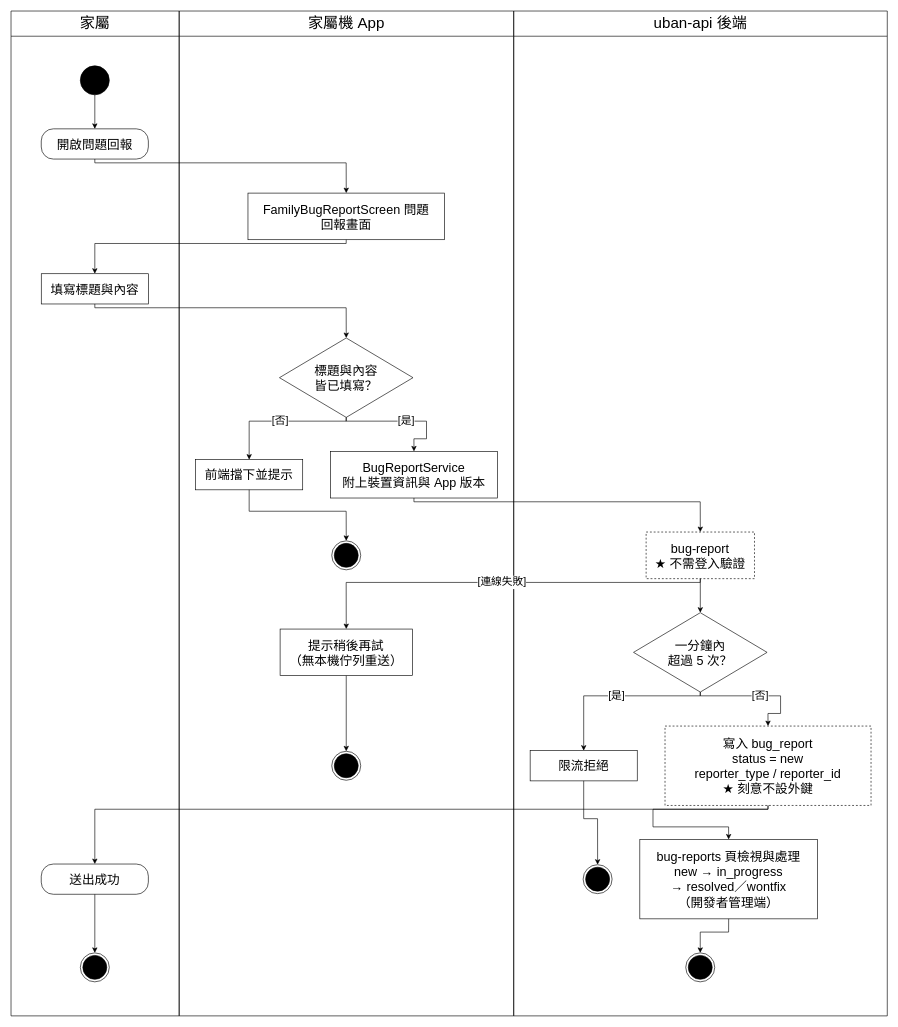
Above: Uban System Documents/drawio圖/A21-問題回報.drawio in HuangYu-Kai/Uban (draw.io), before the change. Source tidied: cells renumbered, new cells numbered last; positions are measured from the earlier drawing's top-left corner, leaving out a move shared by most shapes. Both pictures are drawn from the tidied source at 63%, with x=0, y=0 at pixel (11, 11).
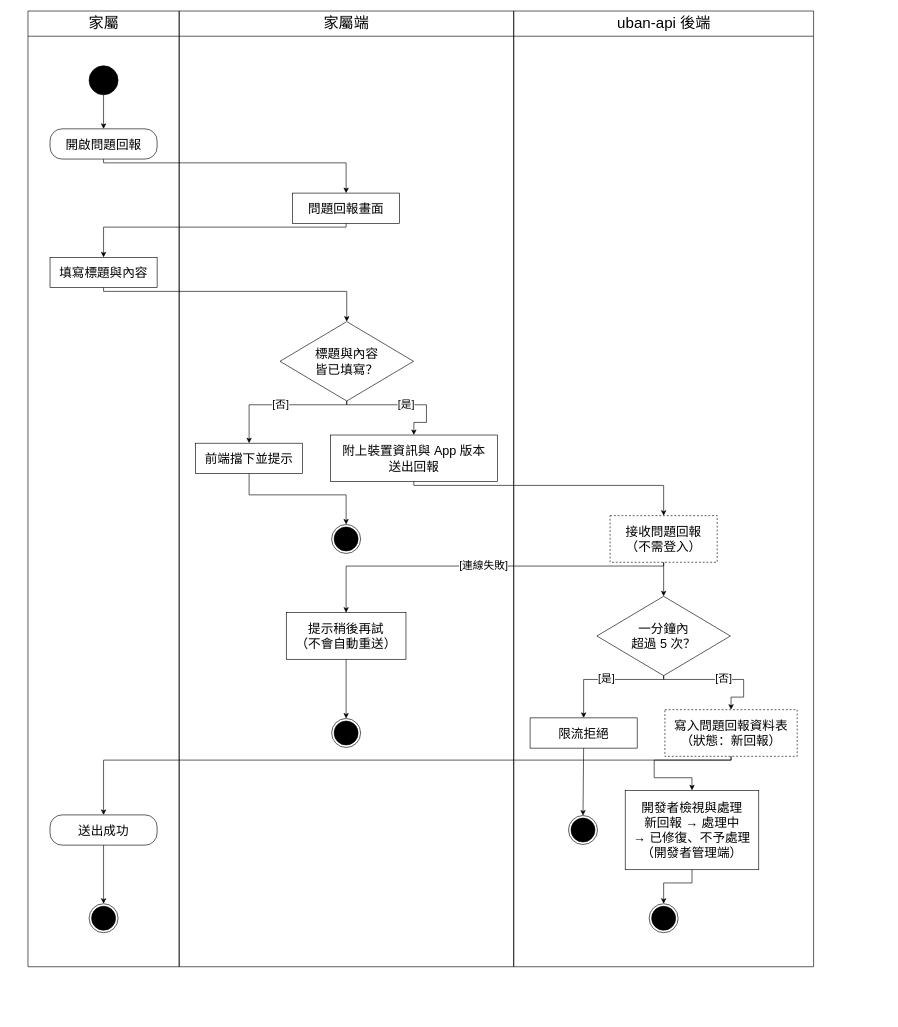
The same page after the edit.

What changed in the source:
```diff
@@
     <mxCell id="2" value="家屬" style="swimlane;html=1;horizontal=1;startSize=40;fillColor=none;strokeColor=#000000;fontSize=24;fontColor=#000000;fontStyle=0;swimlaneFillColor=none;" parent="1" vertex="1">
-      <mxGeometry width="266.9" height="1595" as="geometry" />
+      <mxGeometry x="26.9" width="240" height="1517" as="geometry" />
     </mxCell>
-    <mxCell id="3" value="家屬機 App" style="swimlane;html=1;horizontal=1;startSize=40;fillColor=none;strokeColor=#000000;fontSize=24;fontColor=#000000;fontStyle=0;swimlaneFillColor=none;" parent="1" vertex="1">
-      <mxGeometry x="266.9" width="531" height="1595" as="geometry" />
+    <mxCell id="3" value="家屬端" style="swimlane;html=1;horizontal=1;startSize=40;fillColor=none;strokeColor=#000000;fontSize=24;fontColor=#000000;fontStyle=0;swimlaneFillColor=none;" parent="1" vertex="1">
+      <mxGeometry x="266.9" width="531" height="1517" as="geometry" />
     </mxCell>
     <mxCell id="4" value="uban-api 後端" style="swimlane;html=1;horizontal=1;startSize=40;fillColor=none;strokeColor=#000000;fontSize=24;fontColor=#000000;fontStyle=0;swimlaneFillColor=none;" parent="1" vertex="1">
-      <mxGeometry x="797.9" width="593" height="1595" as="geometry" />
+      <mxGeometry x="797.9" width="476" height="1517" as="geometry" />
     </mxCell>
     <mxCell id="5" style="ellipse;html=1;fillColor=#000000;strokeColor=#000000;" parent="2" vertex="1">
-      <mxGeometry x="110" y="87" width="46" height="46" as="geometry" />
+      <mxGeometry x="97" y="87" width="46" height="46" as="geometry" />
     </mxCell>
     <mxCell id="6" value="開啟問題回報" style="rounded=1;arcSize=40;whiteSpace=wrap;html=1;fillColor=#FFFFFF;strokeColor=#000000;fontSize=20;fontColor=#000000;" parent="2" vertex="1">
-      <mxGeometry x="48" y="187" width="170" height="48" as="geometry" />
+      <mxGeometry x="35" y="187" width="170" height="48" as="geometry" />
     </mxCell>
     <mxCell id="7" value="填寫標題與內容" style="rounded=0;whiteSpace=wrap;html=1;fillColor=#FFFFFF;strokeColor=#000000;fontSize=20;fontColor=#000000;" parent="2" vertex="1">
-      <mxGeometry x="48" y="417" width="170" height="48" as="geometry" />
+      <mxGeometry x="35" y="391" width="170" height="48" as="geometry" />
     </mxCell>
     <mxCell id="8" value="送出成功" style="rounded=1;arcSize=40;whiteSpace=wrap;html=1;fillColor=#FFFFFF;strokeColor=#000000;fontSize=20;fontColor=#000000;" parent="2" vertex="1">
-      <mxGeometry x="48" y="1354" width="170" height="48" as="geometry" />
+      <mxGeometry x="35" y="1276" width="170" height="48" as="geometry" />
     </mxCell>
     <mxCell id="9" style="ellipse;html=1;shape=endState;fillColor=#000000;strokeColor=#000000;" parent="2" vertex="1">
-      <mxGeometry x="110" y="1495" width="46" height="46" as="geometry" />
+      <mxGeometry x="97" y="1417" width="46" height="46" as="geometry" />
     </mxCell>
-    <mxCell id="10" value="FamilyBugReportScreen 問題&lt;br&gt;回報畫面" style="rounded=0;whiteSpace=wrap;html=1;fillColor=#FFFFFF;strokeColor=#000000;fontSize=20;fontColor=#000000;" parent="3" vertex="1">
-      <mxGeometry x="109.2" y="289" width="312" height="74" as="geometry" />
+    <mxCell id="10" value="問題回報畫面" style="rounded=0;whiteSpace=wrap;html=1;fillColor=#FFFFFF;strokeColor=#000000;fontSize=20;fontColor=#000000;" parent="3" vertex="1">
+      <mxGeometry x="180" y="289" width="170" height="48" as="geometry" />
     </mxCell>
     <mxCell id="11" value="標題與內容&lt;br&gt;皆已填寫？" style="rhombus;whiteSpace=wrap;html=1;fillColor=#FFFFFF;strokeColor=#000000;fontSize=20;fontColor=#000000;" parent="3" vertex="1">
-      <mxGeometry x="159.2" y="519" width="212" height="126" as="geometry" />
+      <mxGeometry x="160" y="493" width="212" height="126" as="geometry" />
     </mxCell>
     <mxCell id="12" value="前端擋下並提示" style="rounded=0;whiteSpace=wrap;html=1;fillColor=#FFFFFF;strokeColor=#000000;fontSize=20;fontColor=#000000;" parent="3" vertex="1">
-      <mxGeometry x="26.1" y="712" width="170" height="48" as="geometry" />
+      <mxGeometry x="26" y="686" width="170" height="48" as="geometry" />
     </mxCell>
     <mxCell id="13" style="ellipse;html=1;shape=endState;fillColor=#000000;strokeColor=#000000;" parent="3" vertex="1">
-      <mxGeometry x="242.2" y="841" width="46" height="46" as="geometry" />
+      <mxGeometry x="242" y="815" width="46" height="46" as="geometry" />
     </mxCell>
-    <mxCell id="14" value="BugReportService&lt;br&gt;附上裝置資訊與 App 版本" style="rounded=0;whiteSpace=wrap;html=1;fillColor=#FFFFFF;strokeColor=#000000;fontSize=20;fontColor=#000000;" parent="3" vertex="1">
-      <mxGeometry x="240.2" y="699" width="265" height="74" as="geometry" />
+    <mxCell id="14" value="附上裝置資訊與 App 版本&lt;br&gt;送出回報" style="rounded=0;whiteSpace=wrap;html=1;fillColor=#FFFFFF;strokeColor=#000000;fontSize=20;fontColor=#000000;" parent="3" vertex="1">
+      <mxGeometry x="240" y="673" width="265" height="74" as="geometry" />
     </mxCell>
-    <mxCell id="15" value="提示稍後再試&lt;br&gt;（無本機佇列重送）" style="rounded=0;whiteSpace=wrap;html=1;fillColor=#FFFFFF;strokeColor=#000000;fontSize=20;fontColor=#000000;" parent="3" vertex="1">
-      <mxGeometry x="160.2" y="981" width="210" height="74" as="geometry" />
+    <mxCell id="15" value="提示稍後再試&lt;br&gt;（不會自動重送）" style="rounded=0;whiteSpace=wrap;html=1;fillColor=#FFFFFF;strokeColor=#000000;fontSize=20;fontColor=#000000;" parent="3" vertex="1">
+      <mxGeometry x="170" y="955" width="190" height="74" as="geometry" />
     </mxCell>
     <mxCell id="16" style="ellipse;html=1;shape=endState;fillColor=#000000;strokeColor=#000000;" parent="3" vertex="1">
-      <mxGeometry x="242.2" y="1175" width="46" height="46" as="geometry" />
+      <mxGeometry x="242" y="1123" width="46" height="46" as="geometry" />
     </mxCell>
-    <mxCell id="17" value="bug-report&lt;br&gt;★ 不需登入驗證" style="rounded=0;whiteSpace=wrap;html=1;fillColor=#FFFFFF;strokeColor=#000000;fontSize=20;fontColor=#000000;dashed=1;" parent="4" vertex="1">
-      <mxGeometry x="210.2" y="827" width="172" height="74" as="geometry" />
+    <mxCell id="17" value="接收問題回報&lt;br&gt;（不需登入）" style="rounded=0;whiteSpace=wrap;html=1;fillColor=#FFFFFF;strokeColor=#000000;fontSize=20;fontColor=#000000;dashed=1;" parent="4" vertex="1">
+      <mxGeometry x="153" y="801" width="170" height="74" as="geometry" />
     </mxCell>
     <mxCell id="18" value="一分鐘內&lt;br&gt;超過 5 次？" style="rhombus;whiteSpace=wrap;html=1;fillColor=#FFFFFF;strokeColor=#000000;fontSize=20;fontColor=#000000;" parent="4" vertex="1">
-      <mxGeometry x="190.2" y="955" width="212" height="126" as="geometry" />
+      <mxGeometry x="132" y="929" width="212" height="126" as="geometry" />
     </mxCell>
     <mxCell id="19" value="限流拒絕" style="rounded=0;whiteSpace=wrap;html=1;fillColor=#FFFFFF;strokeColor=#000000;fontSize=20;fontColor=#000000;" parent="4" vertex="1">
-      <mxGeometry x="26.1" y="1174" width="170" height="48" as="geometry" />
+      <mxGeometry x="26" y="1122" width="170" height="48" as="geometry" />
     </mxCell>
     <mxCell id="20" style="ellipse;html=1;shape=endState;fillColor=#000000;strokeColor=#000000;" parent="4" vertex="1">
-      <mxGeometry x="110.2" y="1355" width="46" height="46" as="geometry" />
+      <mxGeometry x="87" y="1277" width="46" height="46" as="geometry" />
     </mxCell>
-    <mxCell id="21" value="寫入 bug_report&lt;br&gt;status = new&lt;br&gt;reporter_type / reporter_id&lt;br&gt;★ 刻意不設外鍵" style="rounded=0;whiteSpace=wrap;html=1;fillColor=#FFFFFF;strokeColor=#000000;fontSize=20;fontColor=#000000;dashed=1;" parent="4" vertex="1">
-      <mxGeometry x="240.2" y="1135" width="327" height="126" as="geometry" />
+    <mxCell id="21" value="寫入問題回報資料表&lt;br&gt;（狀態：新回報）" style="rounded=0;whiteSpace=wrap;html=1;fillColor=#FFFFFF;strokeColor=#000000;fontSize=20;fontColor=#000000;dashed=1;" parent="4" vertex="1">
+      <mxGeometry x="240" y="1109" width="210" height="74" as="geometry" />
     </mxCell>
-    <mxCell id="22" value="bug-reports 頁檢視與處理&lt;br&gt;new → in_progress&lt;br&gt;→ resolved／wontfix&lt;br&gt;（開發者管理端）" style="rounded=0;whiteSpace=wrap;html=1;fillColor=#FFFFFF;strokeColor=#000000;fontSize=20;fontColor=#000000;" parent="4" vertex="1">
-      <mxGeometry x="200.2" y="1315" width="282" height="126" as="geometry" />
+    <mxCell id="22" value="開發者檢視與處理&lt;br&gt;新回報 → 處理中&lt;br&gt;→ 已修復、不予處理&lt;br&gt;（開發者管理端）" style="rounded=0;whiteSpace=wrap;html=1;fillColor=#FFFFFF;strokeColor=#000000;fontSize=20;fontColor=#000000;" parent="4" vertex="1">
+      <mxGeometry x="177" y="1237" width="212" height="126" as="geometry" />
     </mxCell>
     <mxCell id="23" style="ellipse;html=1;shape=endState;fillColor=#000000;strokeColor=#000000;" parent="4" vertex="1">
-      <mxGeometry x="273.1" y="1495" width="46" height="46" as="geometry" />
+      <mxGeometry x="215" y="1417" width="46" height="46" as="geometry" />
     </mxCell>
@@
     <mxCell id="25" style="edgeStyle=none;rounded=0;html=1;strokeColor=#000000;fontSize=17;fontColor=#000000;labelBackgroundColor=#FFFFFF;endArrow=classic;endFill=1;exitPerimeter=0;entryPerimeter=0;exitX=0.5;exitY=1;exitDx=0;exitDy=0;entryX=0.5;entryY=0;entryDx=0;entryDy=0;" parent="1" edge="1" source="6" target="10">
       <mxGeometry relative="1" as="geometry">
         <Array as="points">
-          <mxPoint x="133" y="241" />
-          <mxPoint x="532" y="241" />
+          <mxPoint x="146.9" y="241" />
+          <mxPoint x="531.9" y="241" />
         </Array>
       </mxGeometry>
     </mxCell>
     <mxCell id="26" style="edgeStyle=none;rounded=0;html=1;strokeColor=#000000;fontSize=17;fontColor=#000000;labelBackgroundColor=#FFFFFF;endArrow=classic;endFill=1;exitPerimeter=0;entryPerimeter=0;exitX=0.5;exitY=1;exitDx=0;exitDy=0;entryX=0.5;entryY=0;entryDx=0;entryDy=0;" parent="1" edge="1" source="10" target="7">
       <mxGeometry relative="1" as="geometry">
         <Array as="points">
-          <mxPoint x="532" y="369" />
-          <mxPoint x="133" y="369" />
+          <mxPoint x="531.9" y="343" />
+          <mxPoint x="146.9" y="343" />
         </Array>
       </mxGeometry>
     </mxCell>
     <mxCell id="27" style="edgeStyle=none;rounded=0;html=1;strokeColor=#000000;fontSize=17;fontColor=#000000;labelBackgroundColor=#FFFFFF;endArrow=classic;endFill=1;exitPerimeter=0;entryPerimeter=0;exitX=0.5;exitY=1;exitDx=0;exitDy=0;entryX=0.5;entryY=0;entryDx=0;entryDy=0;" parent="1" edge="1" source="7" target="11">
       <mxGeometry relative="1" as="geometry">
         <Array as="points">
-          <mxPoint x="133" y="471" />
-          <mxPoint x="532" y="471" />
+          <mxPoint x="146.9" y="445" />
+          <mxPoint x="532.9" y="445" />
         </Array>
       </mxGeometry>
     </mxCell>
     <mxCell id="28" value="[否]" style="edgeStyle=none;rounded=0;html=1;strokeColor=#000000;fontSize=17;fontColor=#000000;labelBackgroundColor=#FFFFFF;endArrow=classic;endFill=1;exitPerimeter=0;entryPerimeter=0;exitX=0.5;exitY=1;exitDx=0;exitDy=0;entryX=0.5;entryY=0;entryDx=0;entryDy=0;" parent="1" edge="1" source="11" target="12">
       <mxGeometry relative="1" as="geometry">
         <Array as="points">
-          <mxPoint x="532" y="651" />
-          <mxPoint x="378" y="651" />
+          <mxPoint x="532.9" y="625" />
+          <mxPoint x="377.9" y="625" />
         </Array>
       </mxGeometry>
     </mxCell>
     <mxCell id="29" value="[是]" style="edgeStyle=none;rounded=0;html=1;strokeColor=#000000;fontSize=17;fontColor=#000000;labelBackgroundColor=#FFFFFF;endArrow=classic;endFill=1;exitPerimeter=0;entryPerimeter=0;exitX=0.5;exitY=1;exitDx=0;exitDy=0;entryX=0.5;entryY=0;entryDx=0;entryDy=0;" parent="1" edge="1" source="11" target="14">
       <mxGeometry relative="1" as="geometry">
         <Array as="points">
-          <mxPoint x="532" y="651" />
-          <mxPoint x="659.5" y="651" />
-          <mxPoint x="659.5" y="679" />
-          <mxPoint x="639.5" y="679" />
+          <mxPoint x="532.9" y="625" />
+          <mxPoint x="659.4" y="625" />
+          <mxPoint x="659.4" y="653" />
+          <mxPoint x="639.4" y="653" />
         </Array>
       </mxGeometry>
     </mxCell>
     <mxCell id="30" style="edgeStyle=none;rounded=0;html=1;strokeColor=#000000;fontSize=17;fontColor=#000000;labelBackgroundColor=#FFFFFF;endArrow=classic;endFill=1;exitPerimeter=0;entryPerimeter=0;exitX=0.5;exitY=1;exitDx=0;exitDy=0;entryX=0.5;entryY=0;entryDx=0;entryDy=0;" parent="1" edge="1" source="14" target="17">
       <mxGeometry relative="1" as="geometry">
         <Array as="points">
-          <mxPoint x="639.5" y="779" />
-          <mxPoint x="1094" y="779" />
+          <mxPoint x="639.4" y="753" />
+          <mxPoint x="1035.9" y="753" />
         </Array>
       </mxGeometry>
     </mxCell>
     <mxCell id="31" value="[連線失敗]" style="edgeStyle=none;rounded=0;html=1;strokeColor=#000000;fontSize=17;fontColor=#000000;labelBackgroundColor=#FFFFFF;endArrow=classic;endFill=1;exitPerimeter=0;entryPerimeter=0;exitX=0.5;exitY=1;exitDx=0;exitDy=0;entryX=0.5;entryY=0;entryDx=0;entryDy=0;" parent="1" edge="1" source="17" target="15">
       <mxGeometry relative="1" as="geometry">
         <Array as="points">
-          <mxPoint x="1094" y="907" />
-          <mxPoint x="532" y="907" />
+          <mxPoint x="1035.9" y="881" />
+          <mxPoint x="531.9" y="881" />
         </Array>
       </mxGeometry>
     </mxCell>
@@
     <mxCell id="33" value="[是]" style="edgeStyle=none;rounded=0;html=1;strokeColor=#000000;fontSize=17;fontColor=#000000;labelBackgroundColor=#FFFFFF;endArrow=classic;endFill=1;exitPerimeter=0;entryPerimeter=0;exitX=0.5;exitY=1;exitDx=0;exitDy=0;entryX=0.5;entryY=0;entryDx=0;entryDy=0;" parent="1" edge="1" source="18" target="19">
       <mxGeometry relative="1" as="geometry">
         <Array as="points">
-          <mxPoint x="1094" y="1087" />
-          <mxPoint x="909" y="1087" />
+          <mxPoint x="1035.9" y="1061" />
+          <mxPoint x="908.9" y="1061" />
         </Array>
       </mxGeometry>
     </mxCell>
     <mxCell id="34" value="[否]" style="edgeStyle=none;rounded=0;html=1;strokeColor=#000000;fontSize=17;fontColor=#000000;labelBackgroundColor=#FFFFFF;endArrow=classic;endFill=1;exitPerimeter=0;entryPerimeter=0;exitX=0.5;exitY=1;exitDx=0;exitDy=0;entryX=0.5;entryY=0;entryDx=0;entryDy=0;" parent="1" edge="1" source="18" target="21">
       <mxGeometry relative="1" as="geometry">
         <Array as="points">
-          <mxPoint x="1094" y="1087" />
-          <mxPoint x="1221.5" y="1087" />
-          <mxPoint x="1221.5" y="1115" />
-          <mxPoint x="1201.5" y="1115" />
+          <mxPoint x="1035.9" y="1061" />
+          <mxPoint x="1162.9" y="1061" />
+          <mxPoint x="1162.9" y="1089" />
+          <mxPoint x="1142.9" y="1089" />
         </Array>
       </mxGeometry>
     </mxCell>
     <mxCell id="35" style="edgeStyle=none;rounded=0;html=1;strokeColor=#000000;fontSize=17;fontColor=#000000;labelBackgroundColor=#FFFFFF;endArrow=classic;endFill=1;exitPerimeter=0;entryPerimeter=0;exitX=0.5;exitY=1;exitDx=0;exitDy=0;entryX=0.5;entryY=0;entryDx=0;entryDy=0;" parent="1" edge="1" source="21" target="8">
       <mxGeometry relative="1" as="geometry">
         <Array as="points">
-          <mxPoint x="1201.5" y="1267" />
-          <mxPoint x="133" y="1267" />
+          <mxPoint x="1142.9" y="1189" />
+          <mxPoint x="146.9" y="1189" />
         </Array>
       </mxGeometry>
     </mxCell>
     <mxCell id="36" style="edgeStyle=none;rounded=0;html=1;strokeColor=#000000;fontSize=17;fontColor=#000000;labelBackgroundColor=#FFFFFF;endArrow=classic;endFill=1;exitPerimeter=0;entryPerimeter=0;exitX=0.5;exitY=1;exitDx=0;exitDy=0;entryX=0.5;entryY=0;entryDx=0;entryDy=0;" parent="1" edge="1" source="21" target="22">
       <mxGeometry relative="1" as="geometry">
         <Array as="points">
-          <mxPoint x="1201.5" y="1267" />
-          <mxPoint x="1019" y="1267" />
-          <mxPoint x="1019" y="1295" />
-          <mxPoint x="1139" y="1295" />
+          <mxPoint x="1142.9" y="1189" />
+          <mxPoint x="1020.9" y="1189" />
+          <mxPoint x="1020.9" y="1217" />
+          <mxPoint x="1080.9" y="1217" />
         </Array>
       </mxGeometry>
     </mxCell>
@@
     <mxCell id="38" style="edgeStyle=none;rounded=0;html=1;strokeColor=#000000;fontSize=17;fontColor=#000000;labelBackgroundColor=#FFFFFF;endArrow=classic;endFill=1;exitPerimeter=0;entryPerimeter=0;exitX=0.5;exitY=1;exitDx=0;exitDy=0;entryX=0.5;entryY=0;entryDx=0;entryDy=0;" parent="1" edge="1" source="12" target="13">
       <mxGeometry relative="1" as="geometry">
         <Array as="points">
-          <mxPoint x="378" y="794" />
-          <mxPoint x="532" y="794" />
+          <mxPoint x="377.9" y="768" />
+          <mxPoint x="531.9" y="768" />
         </Array>
       </mxGeometry>
     </mxCell>
@@
     <mxCell id="40" style="edgeStyle=none;rounded=0;html=1;strokeColor=#000000;fontSize=17;fontColor=#000000;labelBackgroundColor=#FFFFFF;endArrow=classic;endFill=1;exitPerimeter=0;entryPerimeter=0;exitX=0.5;exitY=1;exitDx=0;exitDy=0;entryX=0.5;entryY=0;entryDx=0;entryDy=0;" parent="1" edge="1" source="19" target="20">
-      <mxGeometry relative="1" as="geometry">
-        <Array as="points">
-          <mxPoint x="909" y="1282" />
-          <mxPoint x="931" y="1282" />
-        </Array>
-      </mxGeometry>
+      <mxGeometry relative="1" as="geometry" />
     </mxCell>
     <mxCell id="41" style="edgeStyle=none;rounded=0;html=1;strokeColor=#000000;fontSize=17;fontColor=#000000;labelBackgroundColor=#FFFFFF;endArrow=classic;endFill=1;exitPerimeter=0;entryPerimeter=0;exitX=0.5;exitY=1;exitDx=0;exitDy=0;entryX=0.5;entryY=0;entryDx=0;entryDy=0;" parent="1" edge="1" source="22" target="23">
       <mxGeometry relative="1" as="geometry">
         <Array as="points">
-          <mxPoint x="1139" y="1462" />
-          <mxPoint x="1094" y="1462" />
+          <mxPoint x="1080.9" y="1384" />
+          <mxPoint x="1035.9" y="1384" />
         </Array>
       </mxGeometry>
     </mxCell>
```
